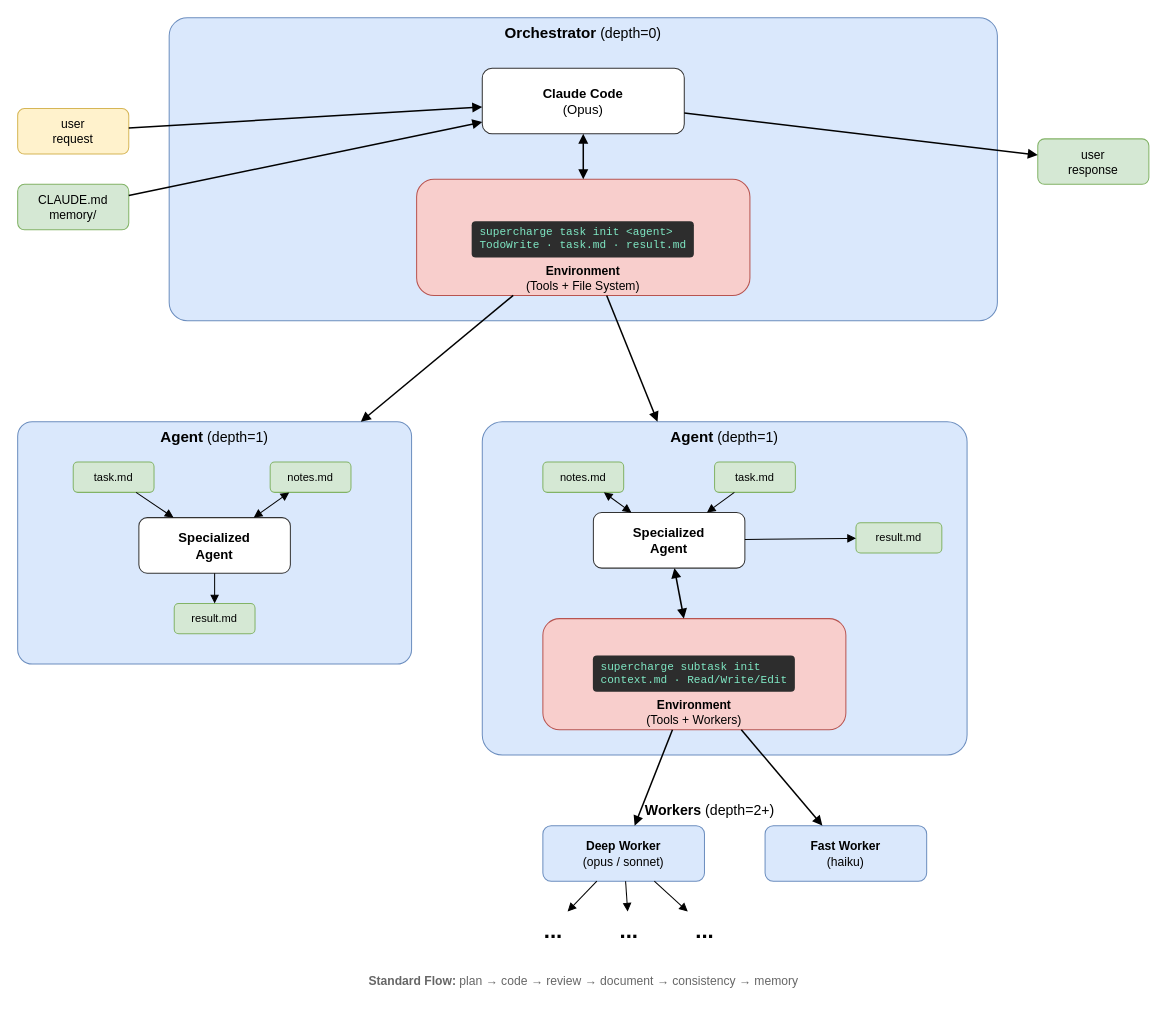
Earlier version of the draw.io diagram docs/architecture.drawio (ac8ai/Supercharge-AI). Source tidied: cells renumbered, new cells numbered last; positions are measured from the earlier drawing's top-left corner, leaving out a move shared by most shapes. Both pictures are drawn from the tidied source at 101%, with x=0, y=0 at pixel (17, 17).
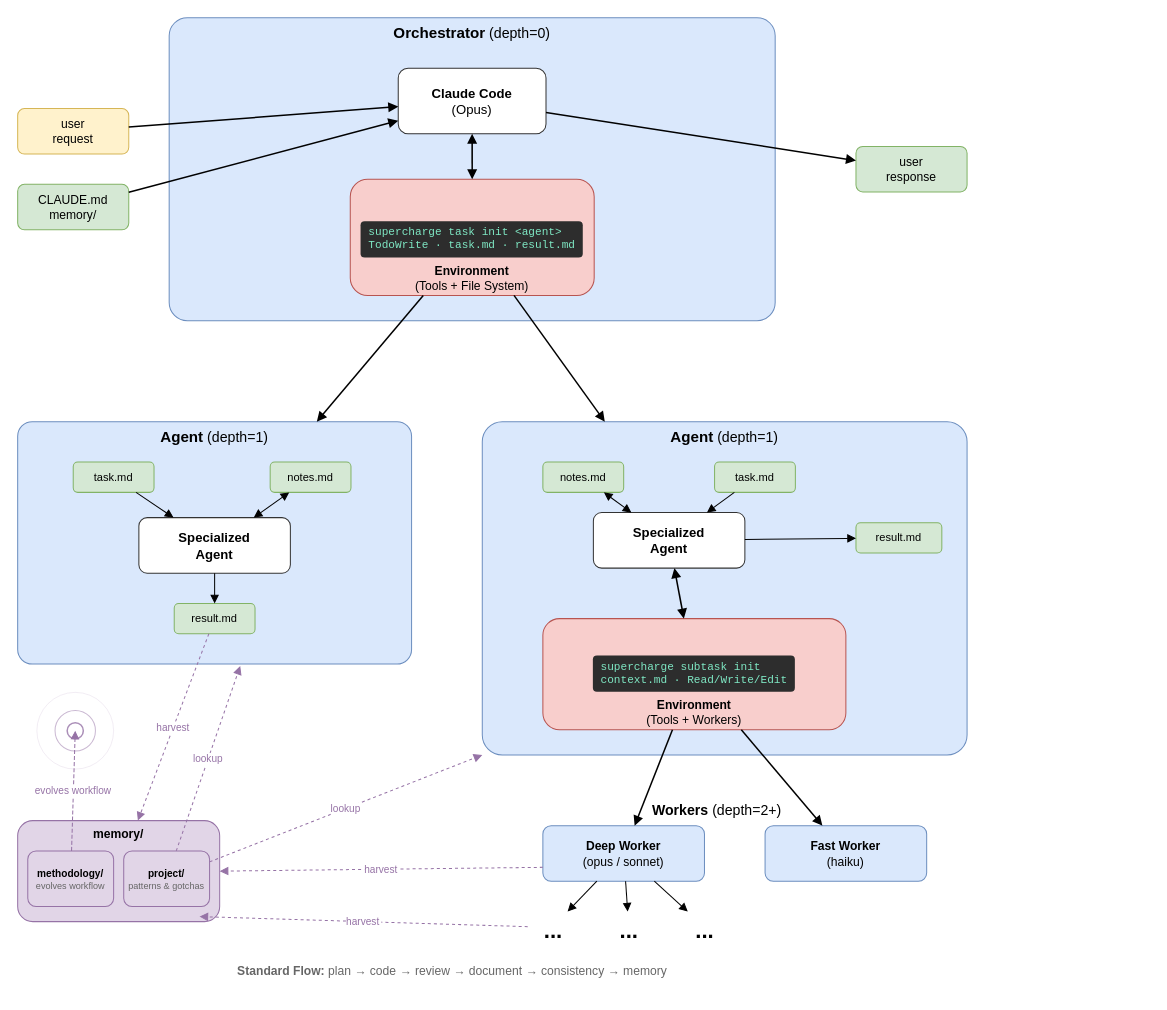
After the change.

Commit message (it also covers changes not shown here):
Add memory system to architecture diagram and update install instructions

Architecture: add memory/ group with project/ and methodology/ sub-boxes,
harvest arrows from agents and workers, lookup arrows to agents, evolves
workflow arrow with concentric ripple effect. Export PNG with white background.

README: update installation to use marketplace workflow and document
--add-permissions flag.

The change refers to these unchanged cells:
```xml
<mxCell id="12" value="&lt;b style='font-size:15px'&gt;Agent&lt;/b&gt; (depth=1)" style="rounded=1;whiteSpace=wrap;html=1;fillColor=#DAE8FC;strokeColor=#6C8EBF;verticalAlign=top;fontSize=14;arcSize=6;" parent="1" vertex="1">
  <mxGeometry y="400" width="390" height="240" as="geometry" />
</mxCell>
<mxCell id="16" value="result.md" style="rounded=1;whiteSpace=wrap;html=1;fillColor=#D5E8D4;strokeColor=#82B366;fontSize=11;" parent="12" vertex="1">
  <mxGeometry x="155" y="180" width="80" height="30" as="geometry" />
</mxCell>
<mxCell id="20" value="&lt;b style='font-size:15px'&gt;Agent&lt;/b&gt; (depth=1)" style="rounded=1;whiteSpace=wrap;html=1;fillColor=#DAE8FC;strokeColor=#6C8EBF;verticalAlign=top;fontSize=14;arcSize=6;" parent="1" vertex="1">
  <mxGeometry x="460" y="400" width="480" height="330" as="geometry" />
</mxCell>
<mxCell id="33" value="&lt;b&gt;Deep Worker&lt;/b&gt;&lt;br&gt;(opus / sonnet)" style="rounded=1;whiteSpace=wrap;html=1;fillColor=#DAE8FC;strokeColor=#6C8EBF;fontSize=12;" parent="1" vertex="1">
  <mxGeometry x="520" y="800" width="160" height="55" as="geometry" />
</mxCell>
<mxCell id="37" value="&lt;b&gt;...&lt;/b&gt;" style="text;html=1;fontSize=22;align=center;" parent="1" vertex="1">
  <mxGeometry x="505" y="885" width="50" height="30" as="geometry" />
</mxCell>
```

What changed in the source:
```diff
@@
     <mxCell id="2" value="&lt;b style='font-size:15px'&gt;Orchestrator&lt;/b&gt; (depth=0)" style="rounded=1;whiteSpace=wrap;html=1;fillColor=#DAE8FC;strokeColor=#6C8EBF;verticalAlign=top;fontSize=14;arcSize=6;" parent="1" vertex="1">
-      <mxGeometry x="150" width="820" height="300" as="geometry" />
+      <mxGeometry x="150" width="600" height="300" as="geometry" />
     </mxCell>
     <mxCell id="3" value="&lt;b&gt;Claude Code&lt;/b&gt;&lt;br&gt;(Opus)" style="rounded=1;whiteSpace=wrap;html=1;fillColor=#FFFFFF;strokeColor=#333333;fontSize=13;" parent="2" vertex="1">
-      <mxGeometry x="310" y="50" width="200" height="65" as="geometry" />
+      <mxGeometry x="226.8" y="50" width="146.3" height="65" as="geometry" />
     </mxCell>
     <mxCell id="4" value="&lt;div style='background:#2D2D2D;color:#7FE8C4;padding:5px 8px;border-radius:4px;font-family:monospace;font-size:11px;text-align:left;margin-bottom:6px'&gt;supercharge task init &amp;lt;agent&amp;gt;&lt;br&gt;TodoWrite &amp;middot; task.md &amp;middot; result.md&lt;/div&gt;&lt;b&gt;Environment&lt;/b&gt;&lt;br&gt;(Tools + File System)" style="rounded=1;whiteSpace=wrap;html=1;fillColor=#F8CECC;strokeColor=#B85450;fontSize=12;verticalAlign=bottom;" parent="2" vertex="1">
-      <mxGeometry x="245" y="160" width="330" height="115" as="geometry" />
+      <mxGeometry x="179.3" y="160" width="241.5" height="115" as="geometry" />
     </mxCell>
@@
     <mxCell id="8" value="user&lt;br&gt;response" style="rounded=1;whiteSpace=wrap;html=1;fillColor=#D5E8D4;strokeColor=#82B366;fontSize=12;" parent="1" vertex="1">
-      <mxGeometry x="1010" y="120" width="110" height="45" as="geometry" />
+      <mxGeometry x="830" y="127.5" width="110" height="45" as="geometry" />
     </mxCell>
@@
     <mxCell id="32" value="&lt;b style='font-size:14px'&gt;Workers&lt;/b&gt; (depth=2+)" style="text;html=1;align=center;fontSize=14;" parent="1" vertex="1">
-      <mxGeometry x="560" y="770" width="250" height="25" as="geometry" />
+      <mxGeometry x="567" y="770" width="250" height="25" as="geometry" />
     </mxCell>
@@
     <mxCell id="43" value="&lt;b&gt;Standard Flow:&lt;/b&gt;  plan &amp;rarr; code &amp;rarr; review &amp;rarr; document &amp;rarr; consistency &amp;rarr; memory" style="text;html=1;fontSize=12;align=center;fontColor=#666666;" parent="1" vertex="1">
-      <mxGeometry x="260" y="940" width="600" height="25" as="geometry" />
+      <mxGeometry x="130" y="930" width="600" height="25" as="geometry" />
     </mxCell>
+    <mxCell id="44" value="&lt;b&gt;memory/&lt;/b&gt;" style="rounded=1;whiteSpace=wrap;html=1;fillColor=#E1D5E7;strokeColor=#9673A6;fontSize=12;verticalAlign=top;" parent="1" vertex="1">
+      <mxGeometry y="795" width="200" height="100" as="geometry" />
+    </mxCell>
+    <mxCell id="45" value="&lt;b&gt;project/&lt;/b&gt;&lt;br&gt;&lt;span style='font-size:9px;color:#666'&gt;patterns &amp;amp; gotchas&lt;/span&gt;" style="rounded=1;whiteSpace=wrap;html=1;fillColor=#E1D5E7;strokeColor=#9673A6;fontSize=10;" parent="44" vertex="1">
+      <mxGeometry x="105" y="30" width="85" height="55" as="geometry" />
+    </mxCell>
+    <mxCell id="46" value="&lt;b&gt;methodology/&lt;/b&gt;&lt;br&gt;&lt;span style='font-size:9px;color:#666'&gt;evolves workflow&lt;/span&gt;" style="rounded=1;whiteSpace=wrap;html=1;fillColor=#E1D5E7;strokeColor=#9673A6;fontSize=10;" parent="44" vertex="1">
+      <mxGeometry x="10" y="30" width="85" height="55" as="geometry" />
+    </mxCell>
+    <mxCell id="47" value="harvest" style="endArrow=block;endFill=1;dashed=1;strokeColor=#9673A6;fontColor=#9673A6;fontSize=10;" parent="1" edge="1" source="16" target="44">
+      <mxGeometry relative="1" as="geometry" />
+    </mxCell>
+    <mxCell id="48" value="lookup" style="endArrow=block;endFill=1;dashed=1;strokeColor=#9673A6;fontColor=#9673A6;fontSize=10;entryX=0.565;entryY=1.008;entryDx=0;entryDy=0;entryPerimeter=0;" parent="1" edge="1" source="45" target="12">
+      <mxGeometry relative="1" as="geometry" />
+    </mxCell>
+    <mxCell id="49" value="lookup" style="endArrow=block;endFill=1;dashed=1;strokeColor=#9673A6;fontColor=#9673A6;fontSize=10;entryX=0;entryY=1;entryDx=0;entryDy=0;" parent="1" edge="1" source="45" target="20">
+      <mxGeometry relative="1" as="geometry" />
+    </mxCell>
+    <mxCell id="50" value="evolves workflow" style="endArrow=block;endFill=1;dashed=1;dashPattern=4 2;strokeColor=#9673A6;fontColor=#9673A6;fontSize=10;entryX=0.5;entryY=0.5;entryDx=0;entryDy=0;entryPerimeter=0;" parent="1" edge="1" source="46" target="56">
+      <mxGeometry relative="1" as="geometry" />
+    </mxCell>
+    <mxCell id="51" value="harvest" style="endArrow=block;endFill=1;dashed=1;strokeColor=#9673A6;fontColor=#9673A6;fontSize=10;exitX=0;exitY=0.75;exitDx=0;exitDy=0;entryX=1;entryY=0.5;entryDx=0;entryDy=0;" parent="1" edge="1" source="33" target="44">
+      <mxGeometry relative="1" as="geometry" />
+    </mxCell>
+    <mxCell id="52" value="harvest" style="endArrow=block;endFill=1;dashed=1;strokeColor=#9673A6;fontColor=#9673A6;fontSize=10;exitX=0;exitY=0.5;exitDx=0;exitDy=0;" parent="1" edge="1" source="37">
+      <mxGeometry relative="1" as="geometry">
+        <mxPoint x="180" y="890" as="targetPoint" />
+      </mxGeometry>
+    </mxCell>
+    <mxCell id="53" style="group;" parent="1" vertex="1">
+      <mxGeometry x="19" y="668" width="76" height="76" as="geometry" />
+    </mxCell>
+    <mxCell id="54" style="ellipse;whiteSpace=wrap;html=1;fillColor=none;strokeColor=#9673A6;strokeWidth=0.5;opacity=25;" parent="53" vertex="1">
+      <mxGeometry width="76" height="76" as="geometry" />
+    </mxCell>
+    <mxCell id="55" style="ellipse;whiteSpace=wrap;html=1;fillColor=none;strokeColor=#9673A6;strokeWidth=1;opacity=50;" parent="53" vertex="1">
+      <mxGeometry x="18" y="18" width="40" height="40" as="geometry" />
+    </mxCell>
+    <mxCell id="56" style="ellipse;whiteSpace=wrap;html=1;fillColor=none;strokeColor=#9673A6;strokeWidth=1.5;opacity=80;" parent="53" vertex="1">
+      <mxGeometry x="30" y="30" width="16" height="16" as="geometry" />
+    </mxCell>
```
